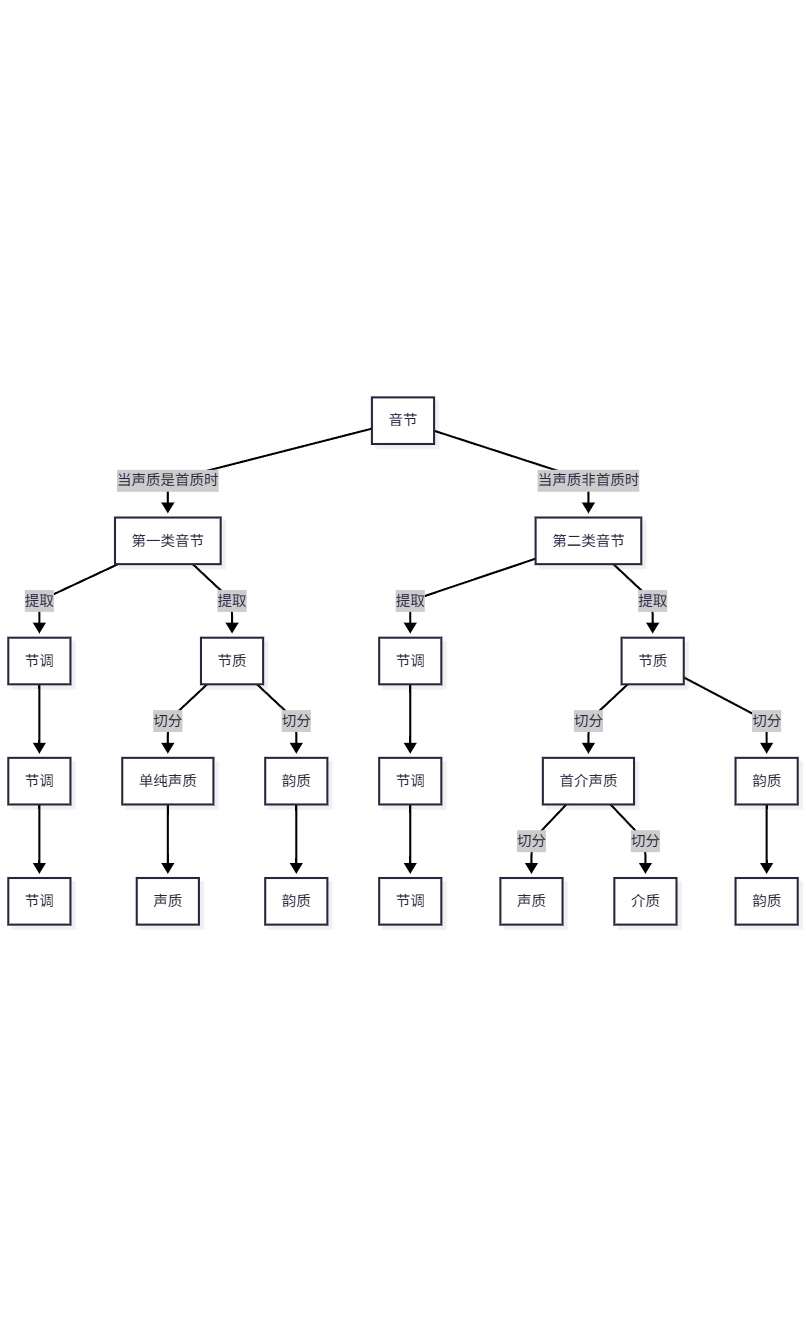
Above: YIME_Theory/flowchart/一调三质分析一式.png in tsaanghwang/Yime-prototype (Mermaid), before the change. Its source is kept beside it as YIME_Theory/flowchart/一调三质分析一式.mmd. Source of this version:
```mermaid
graph TB
    A[音节] --> |当声质是首质时|B[第一类音节]
    A --> |当声质非首质时|C[第二类音节]

    B --> |提取|D[节调]
    B --> |提取|E[节质]
    C --> |提取|F[节调]
    C --> |提取|G[节质]
    D --> H[节调]
    E --> |切分|I[单纯声质]
    E --> |切分|J[韵质]
    F --> K[节调]
    G --> |切分|L[首介声质]
    G --> |切分|M[韵质]

    H --> N[节调]
    I --> O[声质]
    J --> P[韵质]

    K --> Q[节调]
    L --> |切分|R[声质]
    L --> |切分|S[介质]
    M --> T[韵质]
```
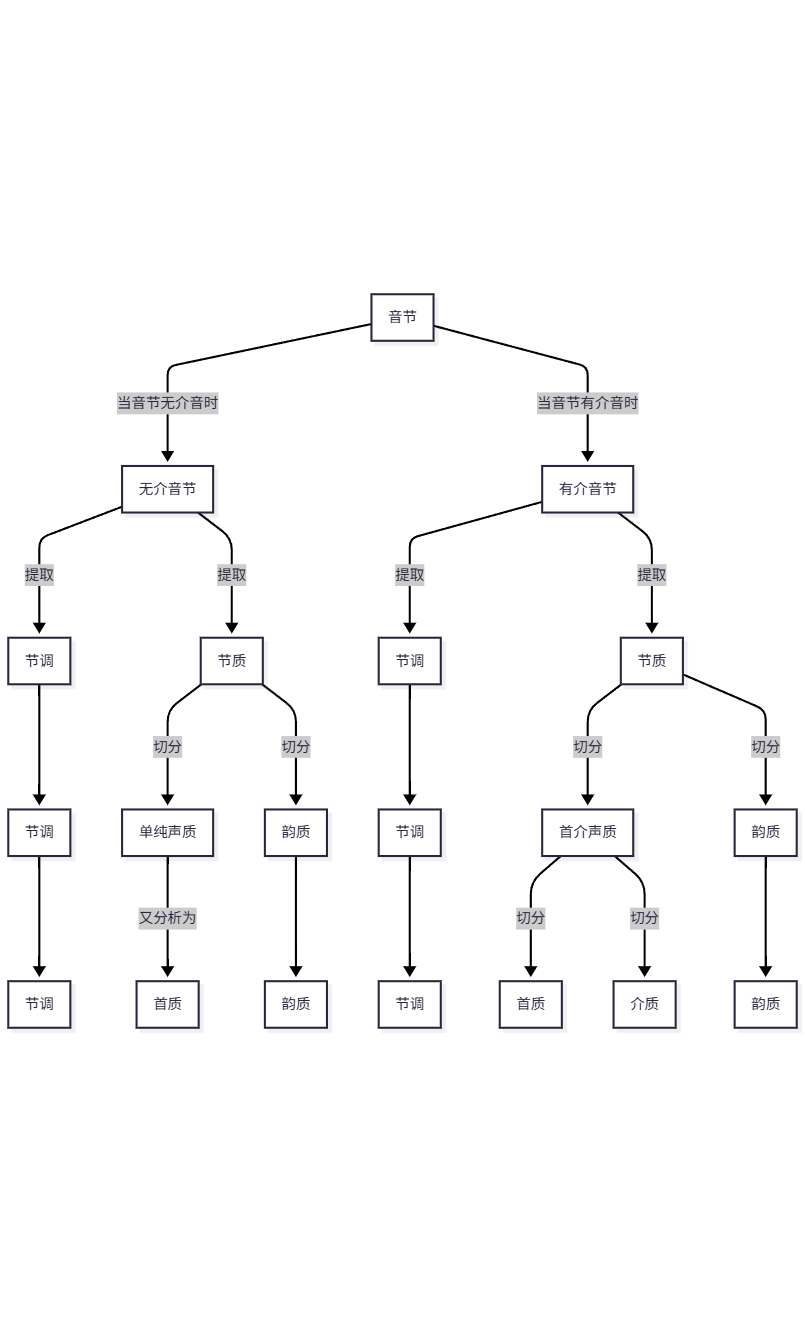
Later version of the same file.

The edit, as a diff of the source:
```diff
@@ -1,11 +1,11 @@
 graph TB
-    A[音节] --> |当声质是首质时|B[第一类音节]
-    A --> |当声质非首质时|C[第二类音节]
+    A[音节] ---> |当音节无介音时|B[无介音节]
+    A ---> |当音节有介音时|C[有介音节]
 
-    B --> |提取|D[节调]
-    B --> |提取|E[节质]
-    C --> |提取|F[节调]
-    C --> |提取|G[节质]
+    B ---> |提取|D[节调]
+    B ---> |提取|E[节质]
+    C ---> |提取|F[节调]
+    C ---> |提取|G[节质]
     D --> H[节调]
     E --> |切分|I[单纯声质]
     E --> |切分|J[韵质]
@@ -14,10 +14,10 @@
     G --> |切分|M[韵质]
 
     H --> N[节调]
-    I --> O[声质]
+    I --> |又分析为|O[首质]
     J --> P[韵质]
 
     K --> Q[节调]
-    L --> |切分|R[声质]
+    L --> |切分|R[首质]
     L --> |切分|S[介质]
     M --> T[韵质]
```
